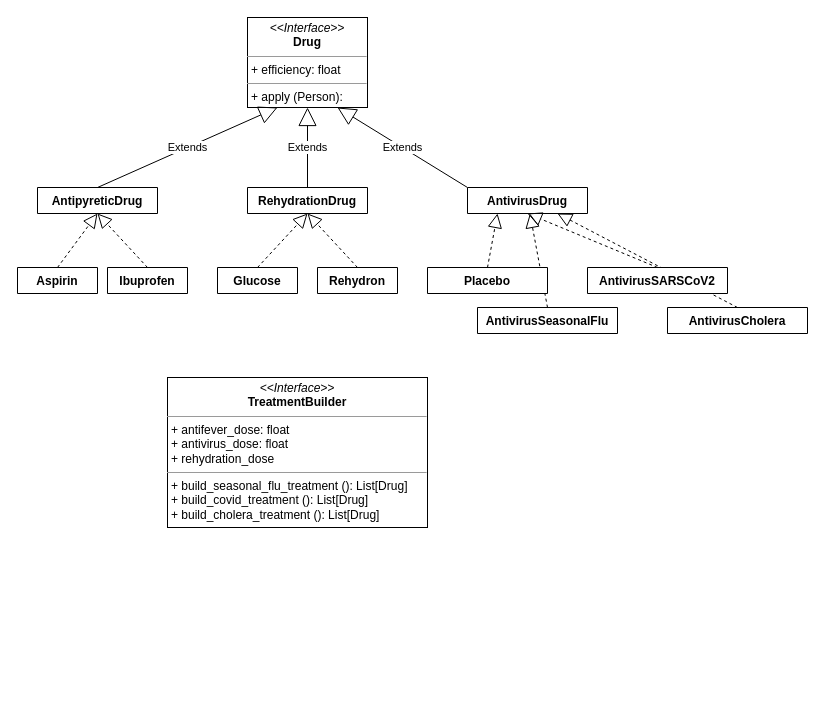
Above: diagrams/2.4. Creational TreatmentBuilder.drawio in rolkon/covid-gof-patterns (draw.io), before the change. Source tidied: cells renumbered, new cells numbered last; positions are measured from the earlier drawing's top-left corner, leaving out a move shared by most shapes. Both pictures are drawn from the tidied source at 100%, with x=0, y=0 at pixel (17, 17).
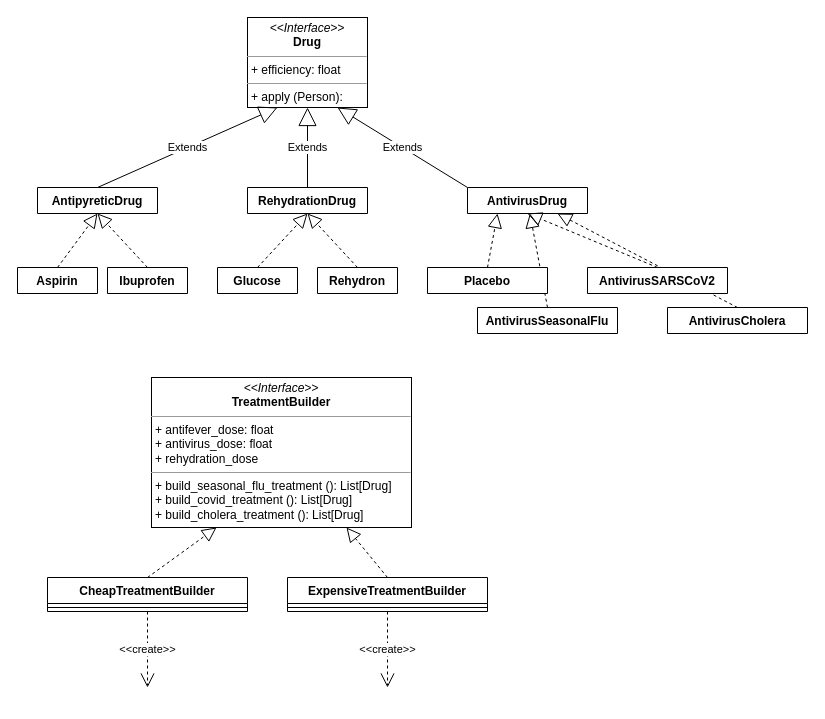
After the change.

What changed in the source:
```diff
@@
     <mxCell id="25" value="&lt;p style=&quot;margin: 0px ; margin-top: 4px ; text-align: center&quot;&gt;&lt;i&gt;&amp;lt;&amp;lt;Interface&amp;gt;&amp;gt;&lt;/i&gt;&lt;br&gt;&lt;b&gt;TreatmentBuilder&lt;/b&gt;&lt;/p&gt;&lt;hr size=&quot;1&quot;&gt;&lt;p style=&quot;margin: 0px ; margin-left: 4px&quot;&gt;+ antifever_dose: float&lt;br&gt;&lt;/p&gt;&lt;p style=&quot;margin: 0px ; margin-left: 4px&quot;&gt;+&amp;nbsp;antivirus_dose: float&lt;/p&gt;&lt;p style=&quot;margin: 0px ; margin-left: 4px&quot;&gt;+&amp;nbsp;rehydration_dose&lt;/p&gt;&lt;hr size=&quot;1&quot;&gt;&lt;p style=&quot;margin: 0px ; margin-left: 4px&quot;&gt;+ build_seasonal_flu_treatment (): List[Drug]&lt;br&gt;&lt;/p&gt;&lt;p style=&quot;margin: 0px ; margin-left: 4px&quot;&gt;+ build_covid_treatment (): List[Drug]&lt;br&gt;&lt;/p&gt;&lt;p style=&quot;margin: 0px ; margin-left: 4px&quot;&gt;+ build_cholera_treatment (): List[Drug]&lt;/p&gt;" style="verticalAlign=top;align=left;overflow=fill;fontSize=12;fontFamily=Helvetica;html=1;" parent="1" vertex="1">
-      <mxGeometry x="150" y="360" width="260" height="150" as="geometry" />
+      <mxGeometry x="134" y="360" width="260" height="150" as="geometry" />
     </mxCell>
@@
+    <mxCell id="27" value="CheapTreatmentBuilder" style="swimlane;fontStyle=1;align=center;verticalAlign=top;horizontal=1;startSize=26;" parent="1" vertex="1">
+      <mxGeometry x="30" y="560" width="200" height="34" as="geometry" />
+    </mxCell>
+    <mxCell id="28" style="line;strokeWidth=1;fillColor=none;align=left;verticalAlign=middle;spacingTop=-1;spacingLeft=3;spacingRight=3;labelPosition=right;" parent="27" vertex="1">
+      <mxGeometry y="26" width="200" height="8" as="geometry" />
+    </mxCell>
+    <mxCell id="29" value="ExpensiveTreatmentBuilder" style="swimlane;fontStyle=1;align=center;verticalAlign=top;horizontal=1;startSize=26;" parent="1" vertex="1">
+      <mxGeometry x="270" y="560" width="200" height="34" as="geometry" />
+    </mxCell>
+    <mxCell id="30" style="line;strokeWidth=1;fillColor=none;align=left;verticalAlign=middle;spacingTop=-1;spacingLeft=3;spacingRight=3;labelPosition=right;" parent="29" vertex="1">
+      <mxGeometry y="26" width="200" height="8" as="geometry" />
+    </mxCell>
+    <mxCell id="31" value="&amp;lt;&amp;lt;create&amp;gt;&amp;gt;" style="endArrow=open;endSize=12;dashed=1;html=1;exitX=0.5;exitY=1;exitDx=0;exitDy=0;" parent="1" edge="1" source="27">
+      <mxGeometry relative="1" as="geometry">
+        <mxPoint x="130" y="670" as="targetPoint" />
+      </mxGeometry>
+    </mxCell>
+    <mxCell id="32" value="&amp;lt;&amp;lt;create&amp;gt;&amp;gt;" style="endArrow=open;endSize=12;dashed=1;html=1;exitX=0.5;exitY=1;exitDx=0;exitDy=0;" parent="1" edge="1" source="29">
+      <mxGeometry relative="1" as="geometry">
+        <mxPoint x="370" y="670" as="targetPoint" />
+      </mxGeometry>
+    </mxCell>
+    <mxCell id="33" style="endArrow=block;dashed=1;endFill=0;endSize=12;html=1;exitX=0.5;exitY=0;exitDx=0;exitDy=0;entryX=0.25;entryY=1;entryDx=0;entryDy=0;" parent="1" edge="1" source="27" target="25">
+      <mxGeometry relative="1" as="geometry" />
+    </mxCell>
+    <mxCell id="34" style="endArrow=block;dashed=1;endFill=0;endSize=12;html=1;exitX=0.5;exitY=0;exitDx=0;exitDy=0;entryX=0.75;entryY=1;entryDx=0;entryDy=0;" parent="1" edge="1" source="29" target="25">
+      <mxGeometry relative="1" as="geometry" />
+    </mxCell>
```
